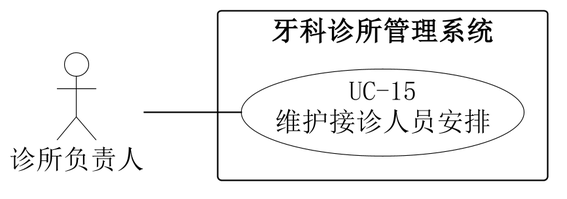
Shawmc-creator/systemAnalyseAndDesign keeps this PlantUML diagram as 01-需求文档/diagrams/07-15-system-use-case.png. Above is the earlier version.
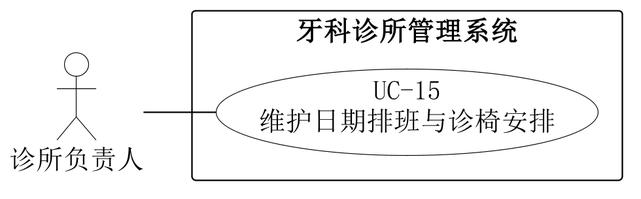
After the commit.

What changed in the source:
```diff
@@ -5,8 +5,8 @@
 skinparam defaultFontSize 18
 skinparam dpi 220
 skinparam ArrowColor black
-skinparam nodesep 24
-skinparam ranksep 65
+skinparam nodesep 22
+skinparam ranksep 48
 skinparam actor {
  BorderColor black
  BackgroundColor white
@@ -22,7 +22,7 @@
 left to right direction
 actor "诊所负责人" as A0
 rectangle "牙科诊所管理系统" {
- usecase "UC-15\n维护接诊人员安排" as U
+ usecase "UC-15\n维护日期排班与诊椅安排" as U
 }
 A0 -- U
 
```
